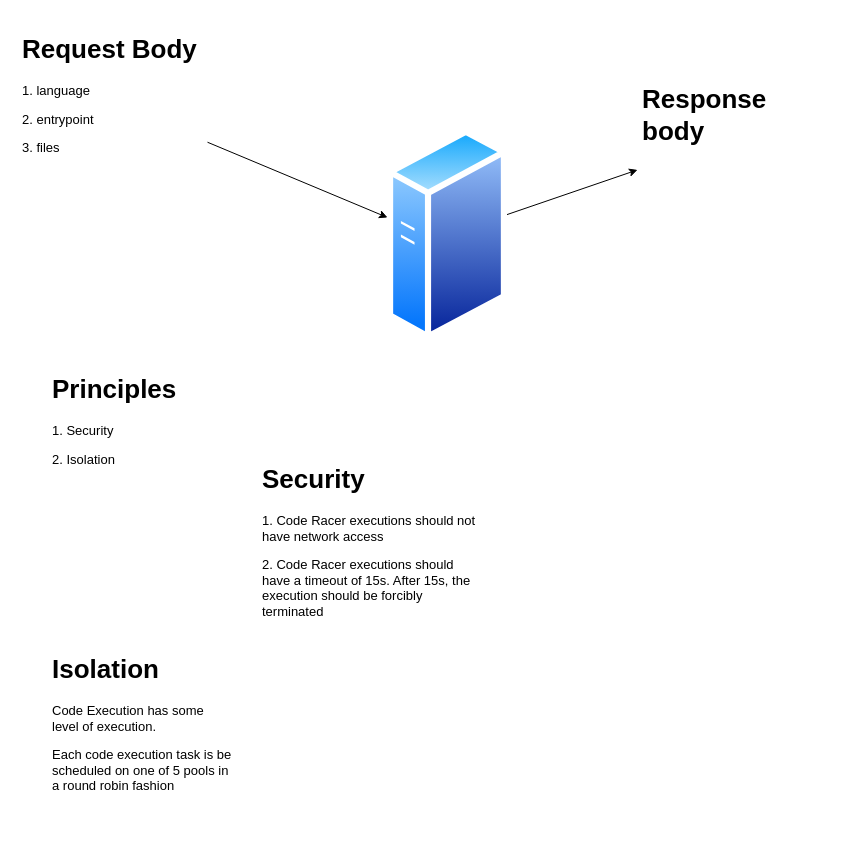
The-Flash/code-racer keeps this draw.io diagram as page "Page-1" (1 of 3) of design.drawio. Above is the earlier version. Source tidied: cells renumbered, new cells numbered last; positions are measured from the earlier drawing's top-left corner, leaving out a move shared by most shapes. Both pictures are drawn from the tidied source at 100%, with x=0, y=0 at pixel (17, 27).
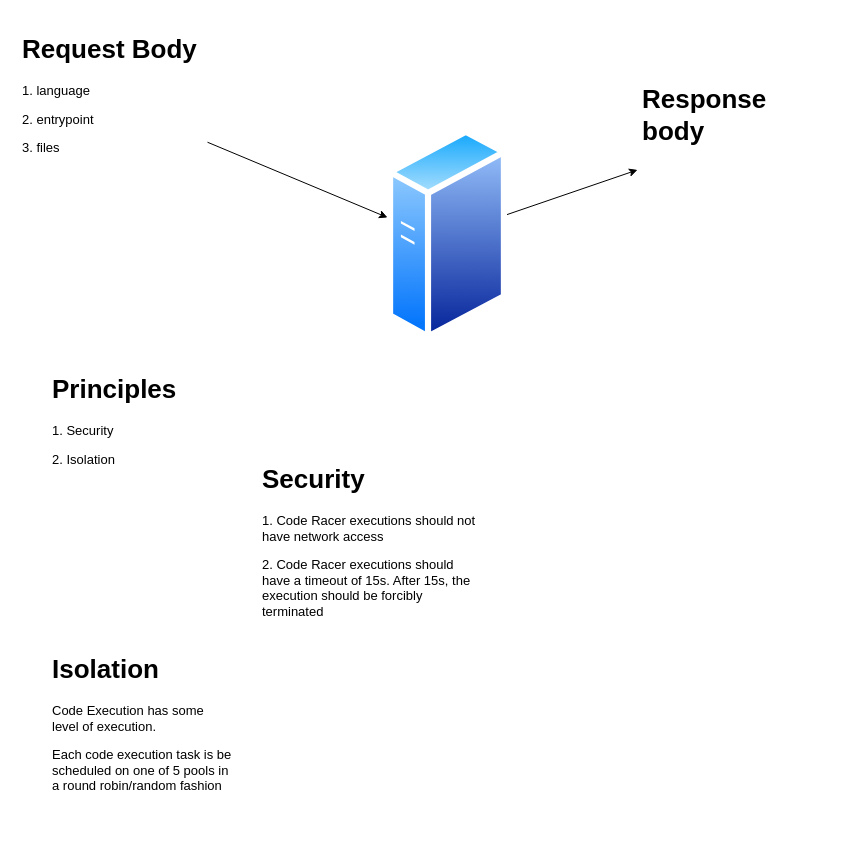
The same page after the edit.

Diff of the diagram source:
```diff
@@
 <mxGraphModel>
   <root>
     <mxCell id="0" />
     <mxCell id="1" parent="0" />
     <mxCell id="2" style="edgeStyle=none;html=1;entryX=0;entryY=0.42;entryDx=0;entryDy=0;entryPerimeter=0;fontSize=13;" parent="1" edge="1" source="3" target="5">
       <mxGeometry relative="1" as="geometry" />
     </mxCell>
     <mxCell id="3" value="&lt;h1&gt;Request Body&lt;/h1&gt;&lt;p&gt;1. language&lt;/p&gt;&lt;p&gt;2. entrypoint&lt;/p&gt;&lt;p&gt;3. files&lt;/p&gt;" style="text;html=1;strokeColor=none;fillColor=none;spacing=5;spacingTop=-20;whiteSpace=wrap;overflow=hidden;rounded=0;fontSize=13;" parent="1" vertex="1">
       <mxGeometry width="190" height="150" as="geometry" />
     </mxCell>
     <mxCell id="4" style="edgeStyle=none;html=1;fontSize=13;" parent="1" edge="1" source="5" target="6">
       <mxGeometry relative="1" as="geometry" />
     </mxCell>
     <mxCell id="5" style="perimeter=ellipsePerimeter;html=1;align=center;shadow=0;dashed=0;spacingTop=3;image;image=img/lib/active_directory/generic_server.svg;fontSize=13;" parent="1" vertex="1">
       <mxGeometry x="370" y="100" width="120" height="214.3" as="geometry" />
     </mxCell>
     <mxCell id="6" value="&lt;h1&gt;Response body&lt;/h1&gt;&lt;p&gt;&lt;br&gt;&lt;/p&gt;" style="text;html=1;strokeColor=none;fillColor=none;spacing=5;spacingTop=-20;whiteSpace=wrap;overflow=hidden;rounded=0;fontSize=13;" parent="1" vertex="1">
       <mxGeometry x="620" y="50" width="190" height="120" as="geometry" />
     </mxCell>
     <mxCell id="7" value="&lt;h1&gt;Principles&lt;/h1&gt;&lt;p&gt;1. Security&lt;/p&gt;&lt;p&gt;2. Isolation&lt;/p&gt;" style="text;html=1;strokeColor=none;fillColor=none;spacing=5;spacingTop=-20;whiteSpace=wrap;overflow=hidden;rounded=0;fontSize=13;" parent="1" vertex="1">
       <mxGeometry x="30" y="340" width="190" height="120" as="geometry" />
     </mxCell>
     <mxCell id="8" value="&lt;h1&gt;Security&lt;/h1&gt;&lt;p&gt;1. Code Racer executions should not have network access&lt;/p&gt;&lt;p&gt;2. Code Racer executions should have a timeout of 15s. After 15s, the execution should be forcibly terminated&lt;/p&gt;" style="text;html=1;strokeColor=none;fillColor=none;spacing=5;spacingTop=-20;whiteSpace=wrap;overflow=hidden;rounded=0;fontSize=13;" parent="1" vertex="1">
       <mxGeometry x="240" y="430" width="230" height="170" as="geometry" />
     </mxCell>
-    <mxCell id="9" value="&lt;h1&gt;Isolation&lt;/h1&gt;&lt;p&gt;Code Execution has some level of execution.&lt;/p&gt;&lt;p&gt;Each code execution task is be scheduled on one of 5 pools in a round robin fashion&lt;/p&gt;" style="text;html=1;strokeColor=none;fillColor=none;spacing=5;spacingTop=-20;whiteSpace=wrap;overflow=hidden;rounded=0;fontSize=13;" parent="1" vertex="1">
+    <mxCell id="9" value="&lt;h1&gt;Isolation&lt;/h1&gt;&lt;p&gt;Code Execution has some level of execution.&lt;/p&gt;&lt;p&gt;Each code execution task is be scheduled on one of 5 pools in a round robin/random fashion&lt;/p&gt;" style="text;html=1;strokeColor=none;fillColor=none;spacing=5;spacingTop=-20;whiteSpace=wrap;overflow=hidden;rounded=0;fontSize=13;" parent="1" vertex="1">
       <mxGeometry x="30" y="620" width="190" height="180" as="geometry" />
     </mxCell>
   </root>
 </mxGraphModel>
```
